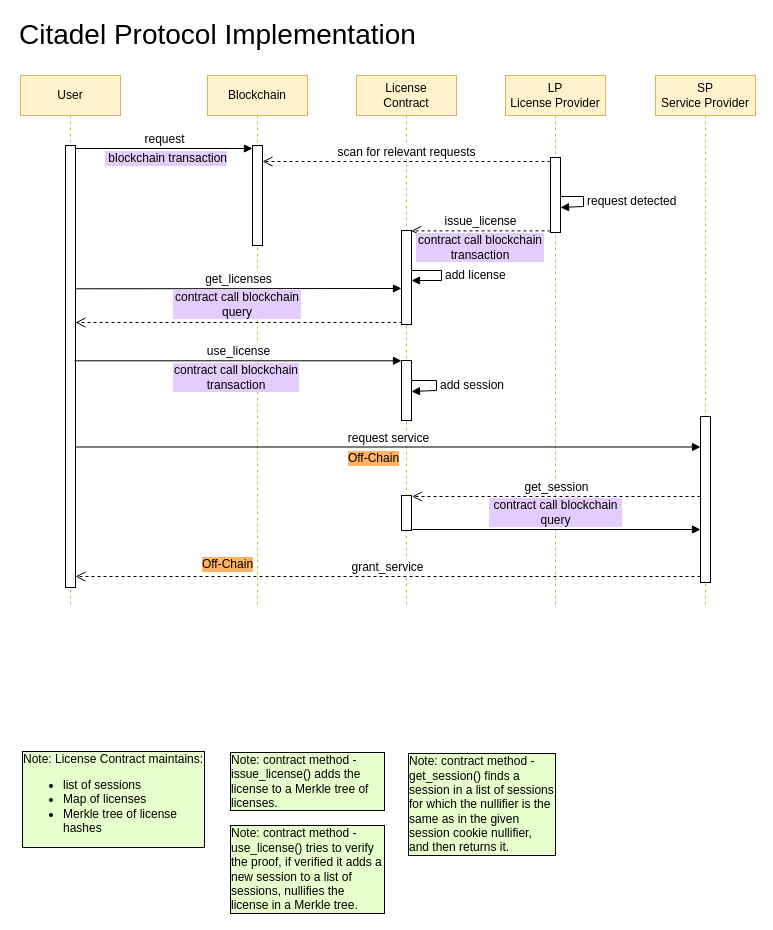
Earlier version of the draw.io diagram specs/images/implementation.drawio (dusk-network/citadel). Source tidied: cells renumbered, new cells numbered last; positions are measured from the earlier drawing's top-left corner, leaving out a move shared by most shapes. Both pictures are drawn from the tidied source at 100%, with x=0, y=0 at pixel (17, 19).
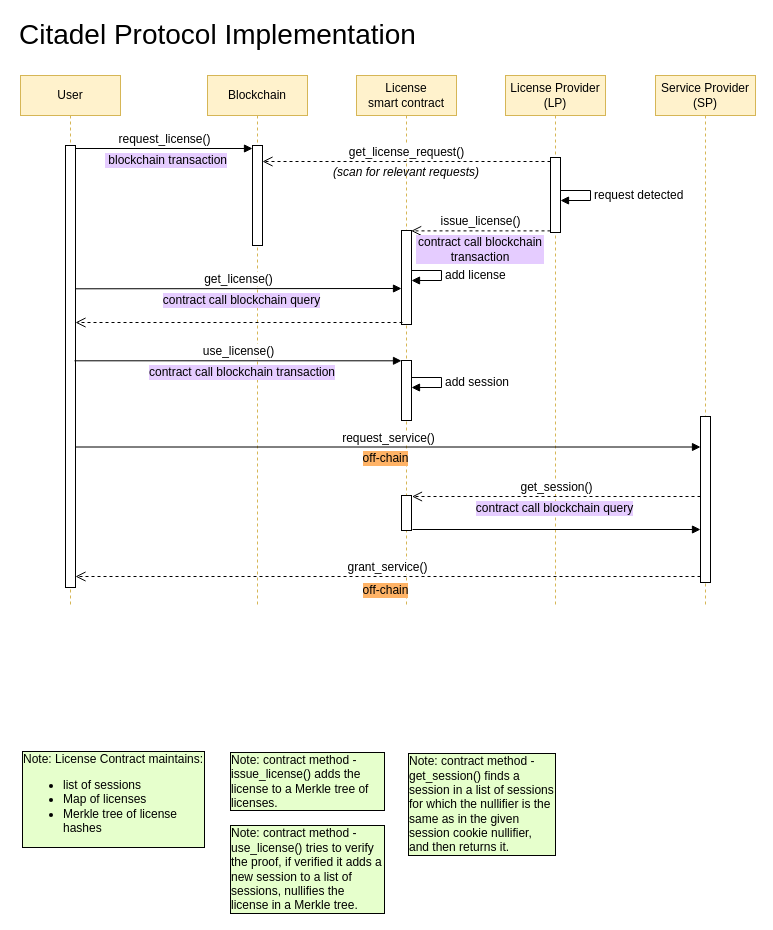
The same diagram, later.

The change refers to these unchanged cells:
```xml
<mxCell id="3" style="html=1;points=[];perimeter=orthogonalPerimeter;outlineConnect=0;targetShapes=umlLifeline;portConstraint=eastwest;newEdgeStyle={&quot;edgeStyle&quot;:&quot;elbowEdgeStyle&quot;,&quot;elbow&quot;:&quot;vertical&quot;,&quot;curved&quot;:0,&quot;rounded&quot;:0};labelBackgroundColor=none;" parent="2" vertex="1">
  <mxGeometry x="45" y="70" width="10" height="100" as="geometry" />
</mxCell>
<mxCell id="7" style="html=1;points=[];perimeter=orthogonalPerimeter;outlineConnect=0;targetShapes=umlLifeline;portConstraint=eastwest;newEdgeStyle={&quot;edgeStyle&quot;:&quot;elbowEdgeStyle&quot;,&quot;elbow&quot;:&quot;vertical&quot;,&quot;curved&quot;:0,&quot;rounded&quot;:0};" parent="6" vertex="1">
  <mxGeometry x="45" y="82" width="10" height="75" as="geometry" />
</mxCell>
<mxCell id="12" style="html=1;points=[];perimeter=orthogonalPerimeter;outlineConnect=0;targetShapes=umlLifeline;portConstraint=eastwest;newEdgeStyle={&quot;edgeStyle&quot;:&quot;elbowEdgeStyle&quot;,&quot;elbow&quot;:&quot;vertical&quot;,&quot;curved&quot;:0,&quot;rounded&quot;:0};" parent="1" vertex="1">
  <mxGeometry x="384" y="341" width="10" height="60" as="geometry" />
</mxCell>
<mxCell id="32" style="html=1;points=[];perimeter=orthogonalPerimeter;rounded=0;shadow=0;labelBackgroundColor=#E6FFCC;labelBorderColor=default;fontSize=12;" parent="1" vertex="1">
  <mxGeometry x="384" y="211" width="10" height="94" as="geometry" />
</mxCell>
```

The edit, as a diff of the source:
```diff
@@
-    <mxCell id="6" value="LP&lt;br&gt;License Provider" style="shape=umlLifeline;perimeter=lifelinePerimeter;whiteSpace=wrap;html=1;newEdgeStyle={&quot;edgeStyle&quot;:&quot;elbowEdgeStyle&quot;,&quot;elbow&quot;:&quot;vertical&quot;,&quot;curved&quot;:0,&quot;rounded&quot;:0};fillColor=#fff2cc;strokeColor=#d6b656;" parent="1" vertex="1">
+    <mxCell id="6" value="License Provider&lt;br&gt;(LP)" style="shape=umlLifeline;perimeter=lifelinePerimeter;whiteSpace=wrap;html=1;newEdgeStyle={&quot;edgeStyle&quot;:&quot;elbowEdgeStyle&quot;,&quot;elbow&quot;:&quot;vertical&quot;,&quot;curved&quot;:0,&quot;rounded&quot;:0};fillColor=#fff2cc;strokeColor=#d6b656;" parent="1" vertex="1">
       <mxGeometry x="488" y="56" width="100" height="530" as="geometry" />
     </mxCell>
@@
-    <mxCell id="8" value="License&lt;br&gt;Contract" style="shape=umlLifeline;perimeter=lifelinePerimeter;whiteSpace=wrap;html=1;newEdgeStyle={&quot;edgeStyle&quot;:&quot;elbowEdgeStyle&quot;,&quot;elbow&quot;:&quot;vertical&quot;,&quot;curved&quot;:0,&quot;rounded&quot;:0};fillColor=#fff2cc;strokeColor=#d6b656;" parent="1" vertex="1">
+    <mxCell id="8" value="License&lt;br&gt;smart contract" style="shape=umlLifeline;perimeter=lifelinePerimeter;whiteSpace=wrap;html=1;newEdgeStyle={&quot;edgeStyle&quot;:&quot;elbowEdgeStyle&quot;,&quot;elbow&quot;:&quot;vertical&quot;,&quot;curved&quot;:0,&quot;rounded&quot;:0};fillColor=#fff2cc;strokeColor=#d6b656;" parent="1" vertex="1">
       <mxGeometry x="339" y="56" width="100" height="530" as="geometry" />
     </mxCell>
@@
-    <mxCell id="10" value="use_license" style="html=1;verticalAlign=bottom;endArrow=block;rounded=0;fontSize=12;exitX=0.9;exitY=0.427;exitDx=0;exitDy=0;exitPerimeter=0;" parent="1" edge="1" target="12">
+    <mxCell id="10" value="use_license()" style="html=1;verticalAlign=bottom;endArrow=block;rounded=0;fontSize=12;exitX=0.9;exitY=0.427;exitDx=0;exitDy=0;exitPerimeter=0;" parent="1" edge="1" target="12">
       <mxGeometry relative="1" as="geometry">
         <mxPoint x="57" y="341.3" as="sourcePoint" />
       </mxGeometry>
     </mxCell>
@@
-    <mxCell id="14" value="request" style="html=1;verticalAlign=bottom;endArrow=block;rounded=0;fontSize=12;" parent="1" edge="1" target="3">
+    <mxCell id="14" value="request_license()" style="html=1;verticalAlign=bottom;endArrow=block;rounded=0;fontSize=12;" parent="1" edge="1" target="3">
       <mxGeometry relative="1" as="geometry">
         <mxPoint x="58" y="129" as="sourcePoint" />
       </mxGeometry>
     </mxCell>
-    <mxCell id="15" value="scan for relevant requests" style="html=1;verticalAlign=bottom;endArrow=open;dashed=1;endSize=8;rounded=0;fontSize=12;" parent="1" edge="1">
+    <mxCell id="15" value="get_license_request()" style="html=1;verticalAlign=bottom;endArrow=open;dashed=1;endSize=8;rounded=0;fontSize=12;" parent="1" edge="1">
       <mxGeometry relative="1" as="geometry">
         <mxPoint x="533" y="142" as="sourcePoint" />
         <mxPoint x="245" y="142" as="targetPoint" />
       </mxGeometry>
     </mxCell>
     <mxCell id="16" value="&amp;nbsp;blockchain transaction" style="text;html=1;strokeColor=none;fillColor=none;align=center;verticalAlign=middle;whiteSpace=wrap;rounded=0;labelBackgroundColor=#E5CCFF;fontSize=12;" parent="1" vertex="1">
-      <mxGeometry x="84" y="131" width="130" height="15" as="geometry" />
+      <mxGeometry x="84" y="133" width="130" height="15" as="geometry" />
     </mxCell>
-    <mxCell id="17" value="issue_license" style="html=1;verticalAlign=bottom;endArrow=open;dashed=1;endSize=8;rounded=0;fontSize=12;entryX=0.967;entryY=0.004;entryDx=0;entryDy=0;entryPerimeter=0;" parent="1" edge="1" source="7" target="32">
+    <mxCell id="17" value="issue_license()" style="html=1;verticalAlign=bottom;endArrow=open;dashed=1;endSize=8;rounded=0;fontSize=12;entryX=0.967;entryY=0.004;entryDx=0;entryDy=0;entryPerimeter=0;" parent="1" edge="1" source="7" target="32">
       <mxGeometry relative="1" as="geometry" />
     </mxCell>
     <mxCell id="18" value="contract call blockchain transaction" style="text;html=1;strokeColor=none;fillColor=none;align=center;verticalAlign=middle;whiteSpace=wrap;rounded=0;labelBackgroundColor=#E5CCFF;fontSize=12;" parent="1" vertex="1">
-      <mxGeometry x="398" y="213" width="130" height="30" as="geometry" />
+      <mxGeometry x="398" y="215" width="130" height="30" as="geometry" />
     </mxCell>
     <mxCell id="19" value="contract call blockchain transaction" style="text;html=1;strokeColor=none;fillColor=none;align=center;verticalAlign=middle;whiteSpace=wrap;rounded=0;labelBackgroundColor=#E5CCFF;fontSize=12;" parent="1" vertex="1">
-      <mxGeometry x="155" y="343" width="128" height="30" as="geometry" />
+      <mxGeometry x="115.5" y="338" width="218" height="30" as="geometry" />
     </mxCell>
-    <mxCell id="20" value="request service" style="html=1;verticalAlign=bottom;endArrow=block;rounded=0;fontSize=12;" parent="1" edge="1">
+    <mxCell id="20" value="request_service()" style="html=1;verticalAlign=bottom;endArrow=block;rounded=0;fontSize=12;" parent="1" edge="1">
       <mxGeometry relative="1" as="geometry">
         <mxPoint x="58" y="427.5" as="sourcePoint" />
         <mxPoint x="683" y="427.5" as="targetPoint" />
       </mxGeometry>
     </mxCell>
@@
-    <mxCell id="22" value="get_session" style="html=1;verticalAlign=bottom;endArrow=open;dashed=1;endSize=8;rounded=0;fontSize=12;entryX=1.05;entryY=0.063;entryDx=0;entryDy=0;entryPerimeter=0;" parent="1" edge="1">
+    <mxCell id="22" value="get_session()" style="html=1;verticalAlign=bottom;endArrow=open;dashed=1;endSize=8;rounded=0;fontSize=12;entryX=1.05;entryY=0.063;entryDx=0;entryDy=0;entryPerimeter=0;" parent="1" edge="1">
       <mxGeometry relative="1" as="geometry">
         <mxPoint x="683" y="477" as="sourcePoint" />
         <mxPoint x="394.5" y="477" as="targetPoint" />
       </mxGeometry>
     </mxCell>
     <mxCell id="23" value="contract call blockchain query" style="text;html=1;strokeColor=none;fillColor=none;align=center;verticalAlign=middle;whiteSpace=wrap;rounded=0;labelBackgroundColor=#E5CCFF;fontSize=12;" parent="1" vertex="1">
-      <mxGeometry x="471" y="483" width="135" height="20" as="geometry" />
+      <mxGeometry x="397" y="479" width="281" height="20" as="geometry" />
     </mxCell>
-    <mxCell id="24" value="grant_service" style="html=1;verticalAlign=bottom;endArrow=open;dashed=1;endSize=8;rounded=0;fontSize=12;" parent="1" edge="1">
+    <mxCell id="24" value="grant_service()" style="html=1;verticalAlign=bottom;endArrow=open;dashed=1;endSize=8;rounded=0;fontSize=12;" parent="1" edge="1">
       <mxGeometry relative="1" as="geometry">
         <mxPoint x="683" y="557" as="sourcePoint" />
         <mxPoint x="58" y="557" as="targetPoint" />
       </mxGeometry>
     </mxCell>
-    <mxCell id="25" value="Off-Chain" style="text;html=1;strokeColor=none;fillColor=none;align=center;verticalAlign=middle;whiteSpace=wrap;rounded=0;labelBackgroundColor=#FFB366;fontSize=12;" parent="1" vertex="1">
-      <mxGeometry x="168" y="530" width="85" height="30" as="geometry" />
+    <mxCell id="25" value="off-chain" style="text;html=1;strokeColor=none;fillColor=none;align=center;verticalAlign=middle;whiteSpace=wrap;rounded=0;labelBackgroundColor=#FFB366;fontSize=12;" parent="1" vertex="1">
+      <mxGeometry x="326" y="556" width="85" height="30" as="geometry" />
     </mxCell>
@@
-    <mxCell id="30" value="SP&lt;br&gt;Service Provider" style="shape=umlLifeline;perimeter=lifelinePerimeter;whiteSpace=wrap;html=1;newEdgeStyle={&quot;edgeStyle&quot;:&quot;elbowEdgeStyle&quot;,&quot;elbow&quot;:&quot;vertical&quot;,&quot;curved&quot;:0,&quot;rounded&quot;:0};fillColor=#fff2cc;strokeColor=#d6b656;" parent="1" vertex="1">
+    <mxCell id="30" value="Service Provider&lt;br&gt;(SP)" style="shape=umlLifeline;perimeter=lifelinePerimeter;whiteSpace=wrap;html=1;newEdgeStyle={&quot;edgeStyle&quot;:&quot;elbowEdgeStyle&quot;,&quot;elbow&quot;:&quot;vertical&quot;,&quot;curved&quot;:0,&quot;rounded&quot;:0};fillColor=#fff2cc;strokeColor=#d6b656;" parent="1" vertex="1">
       <mxGeometry x="638" y="56" width="100" height="530" as="geometry" />
     </mxCell>
@@
-    <mxCell id="33" value="add session" style="edgeStyle=orthogonalEdgeStyle;html=1;align=left;spacingLeft=2;endArrow=block;rounded=0;fontSize=12;" parent="1" edge="1">
-      <mxGeometry relative="1" as="geometry">
-        <mxPoint x="394" y="361" as="sourcePoint" />
-        <mxPoint x="394" y="372" as="targetPoint" />
-        <Array as="points">
-          <mxPoint x="419" y="361" />
-          <mxPoint x="419" y="371" />
-        </Array>
-      </mxGeometry>
-    </mxCell>
@@
-    <mxCell id="35" value="Off-Chain" style="text;html=1;strokeColor=none;fillColor=none;align=center;verticalAlign=middle;whiteSpace=wrap;rounded=0;labelBackgroundColor=#FFB366;fontSize=12;" parent="1" vertex="1">
-      <mxGeometry x="314" y="424" width="85" height="30" as="geometry" />
+    <mxCell id="35" value="off-chain" style="text;html=1;strokeColor=none;fillColor=none;align=center;verticalAlign=middle;whiteSpace=wrap;rounded=0;labelBackgroundColor=#FFB366;fontSize=12;" parent="1" vertex="1">
+      <mxGeometry x="326" y="424" width="85" height="30" as="geometry" />
     </mxCell>
-    <mxCell id="36" value="get_licenses" style="html=1;verticalAlign=bottom;endArrow=block;rounded=0;fontSize=12;exitX=0.9;exitY=0.427;exitDx=0;exitDy=0;exitPerimeter=0;" parent="1" edge="1">
+    <mxCell id="36" value="&lt;div&gt;get_license()&lt;/div&gt;" style="html=1;verticalAlign=bottom;endArrow=block;rounded=0;fontSize=12;exitX=0.9;exitY=0.427;exitDx=0;exitDy=0;exitPerimeter=0;" parent="1" edge="1">
       <mxGeometry relative="1" as="geometry">
         <mxPoint x="58" y="269.3" as="sourcePoint" />
         <mxPoint x="384" y="269" as="targetPoint" />
       </mxGeometry>
     </mxCell>
@@
+    <mxCell id="39" value="contract call blockchain query" style="text;html=1;strokeColor=none;fillColor=none;align=center;verticalAlign=middle;whiteSpace=wrap;rounded=0;labelBackgroundColor=#E5CCFF;fontSize=12;" parent="1" vertex="1">
+      <mxGeometry x="118" y="266" width="213" height="30" as="geometry" />
+    </mxCell>
+    <mxCell id="40" value="&lt;font style=&quot;font-size: 12px;&quot;&gt;&lt;i&gt;&lt;font face=&quot;Helvetica&quot;&gt;(scan for relevant requests)&lt;/font&gt;&lt;/i&gt;&lt;/font&gt;" style="text;html=1;strokeColor=none;fillColor=none;align=center;verticalAlign=middle;whiteSpace=wrap;rounded=0;fontSize=20;fontFamily=Architects Daughter;" parent="1" vertex="1">
+      <mxGeometry x="247" y="140" width="284" height="20" as="geometry" />
+    </mxCell>
+    <mxCell id="33" value="add session" style="edgeStyle=orthogonalEdgeStyle;html=1;align=left;spacingLeft=2;endArrow=block;rounded=0;fontSize=12;" parent="1" edge="1">
+      <mxGeometry relative="1" as="geometry">
+        <mxPoint x="394" y="358" as="sourcePoint" />
+        <mxPoint x="394" y="368" as="targetPoint" />
+        <Array as="points">
+          <mxPoint x="424" y="358" />
+          <mxPoint x="424" y="368" />
+        </Array>
+      </mxGeometry>
+    </mxCell>
     <mxCell id="38" value="request detected" style="edgeStyle=orthogonalEdgeStyle;html=1;align=left;spacingLeft=2;endArrow=block;rounded=0;fontSize=12;" parent="1" edge="1">
       <mxGeometry relative="1" as="geometry">
-        <mxPoint x="543" y="177" as="sourcePoint" />
-        <mxPoint x="543" y="188" as="targetPoint" />
+        <mxPoint x="543" y="171" as="sourcePoint" />
+        <mxPoint x="543" y="181" as="targetPoint" />
         <Array as="points">
-          <mxPoint x="566" y="177" />
-          <mxPoint x="566" y="187" />
-          <mxPoint x="543" y="187" />
+          <mxPoint x="573" y="171" />
+          <mxPoint x="573" y="181" />
         </Array>
       </mxGeometry>
     </mxCell>
-    <mxCell id="39" value="contract call blockchain query" style="text;html=1;strokeColor=none;fillColor=none;align=center;verticalAlign=middle;whiteSpace=wrap;rounded=0;labelBackgroundColor=#E5CCFF;fontSize=12;" parent="1" vertex="1">
-      <mxGeometry x="155" y="270" width="130" height="30" as="geometry" />
-    </mxCell>
```
